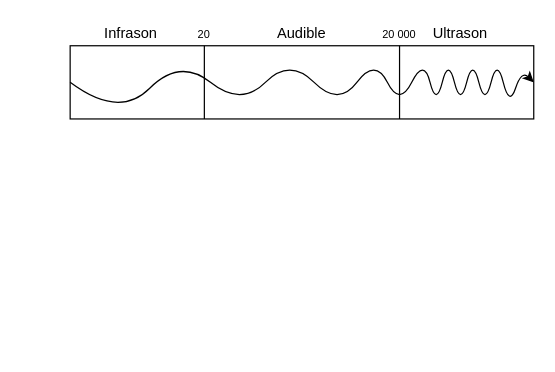
Before: Son.drawio in MasterLaplace/Projet_NSI-SON, a draw.io diagram. Source tidied: cells renumbered, new cells numbered last; positions are measured from the earlier drawing's top-left corner, leaving out a move shared by most shapes. Both pictures are drawn from the tidied source at 122%, with x=0, y=0 at pixel (70, 21).
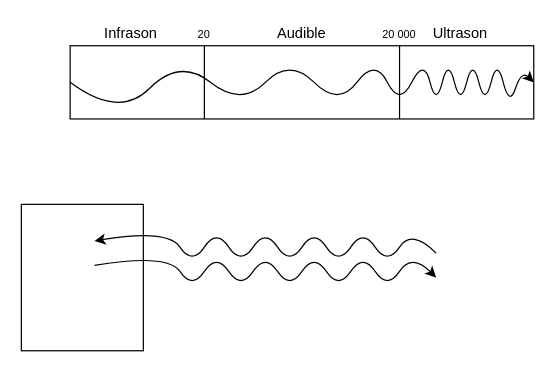
The same page after the edit.

Diff of the diagram source:
```diff
@@
+    <mxCell id="9" style="rounded=0;whiteSpace=wrap;html=1;" parent="1" vertex="1">
+      <mxGeometry x="-40" y="150" width="100" height="120" as="geometry" />
+    </mxCell>
+    <mxCell id="10" style="curved=1;endArrow=classic;html=1;" parent="1" edge="1">
+      <mxGeometry relative="1" as="geometry">
+        <mxPoint x="300" y="190" as="sourcePoint" />
+        <mxPoint x="20" y="180" as="targetPoint" />
+        <Array as="points">
+          <mxPoint x="280" y="170" />
+          <mxPoint x="260" y="200" />
+          <mxPoint x="240" y="170" />
+          <mxPoint x="220" y="200" />
+          <mxPoint x="200" y="170" />
+          <mxPoint x="180" y="200" />
+          <mxPoint x="160" y="170" />
+          <mxPoint x="140" y="200" />
+          <mxPoint x="120" y="170" />
+          <mxPoint x="100" y="200" />
+          <mxPoint x="80" y="170" />
+        </Array>
+      </mxGeometry>
+    </mxCell>
+    <mxCell id="11" style="curved=1;endArrow=classic;html=1;verticalAlign=middle;shadow=0;horizontal=1;" parent="1" edge="1">
+      <mxGeometry relative="1" as="geometry">
+        <mxPoint x="20" y="200" as="sourcePoint" />
+        <mxPoint x="300" y="210" as="targetPoint" />
+        <Array as="points">
+          <mxPoint x="80" y="190" />
+          <mxPoint x="100" y="220" />
+          <mxPoint x="120" y="190" />
+          <mxPoint x="140" y="220" />
+          <mxPoint x="160" y="190" />
+          <mxPoint x="180" y="220" />
+          <mxPoint x="200" y="190" />
+          <mxPoint x="220" y="220" />
+          <mxPoint x="240" y="190" />
+          <mxPoint x="260" y="220" />
+          <mxPoint x="280" y="190" />
+        </Array>
+      </mxGeometry>
+    </mxCell>
```
